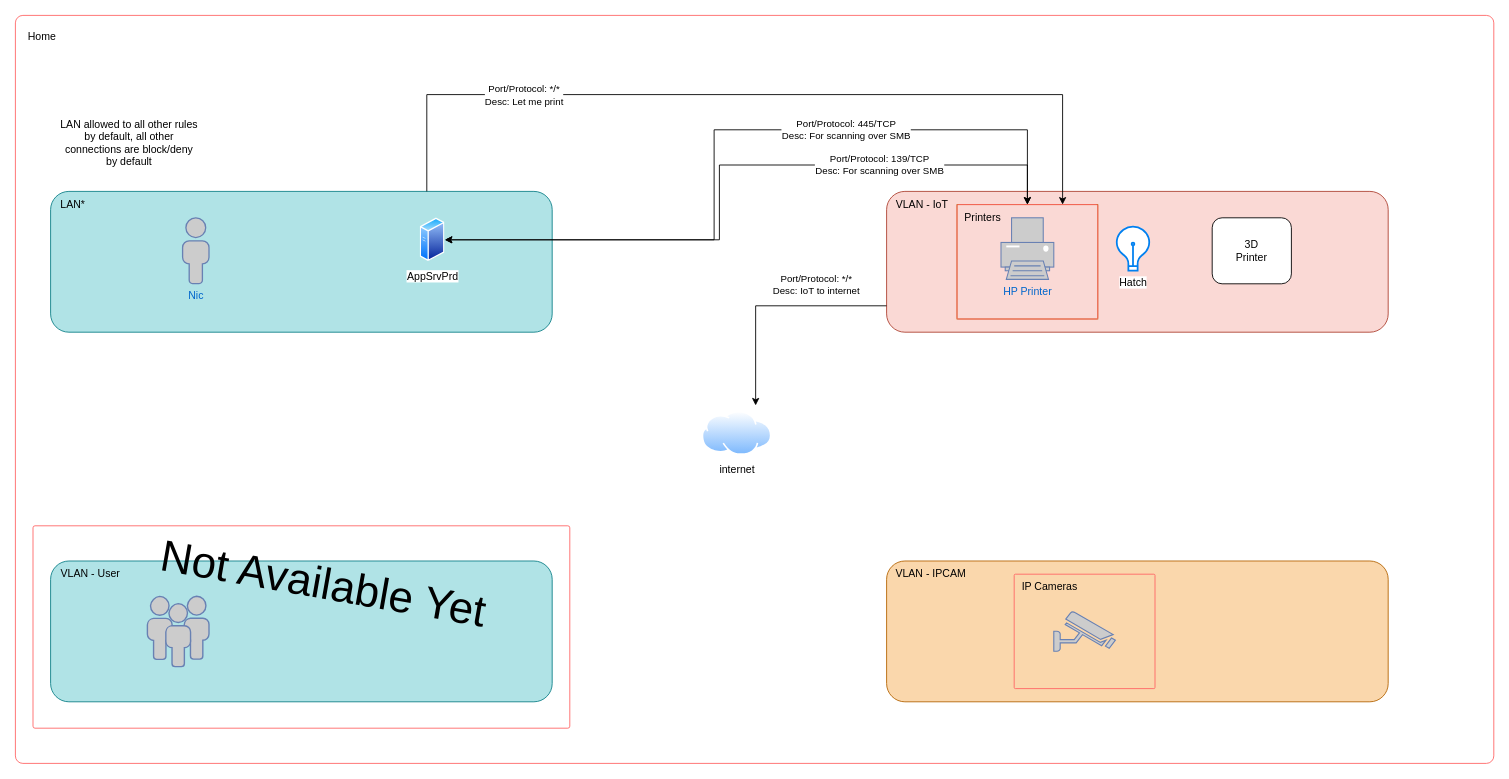
Before: page "Firewall" (1 of 2) of Home.drawio in pypeaday/homelab-diagrams, a draw.io diagram. Source tidied: cells renumbered, new cells numbered last; positions are measured from the earlier drawing's top-left corner, leaving out a move shared by most shapes. Both pictures are drawn from the tidied source at 88%, with x=0, y=0 at pixel (15, 15).
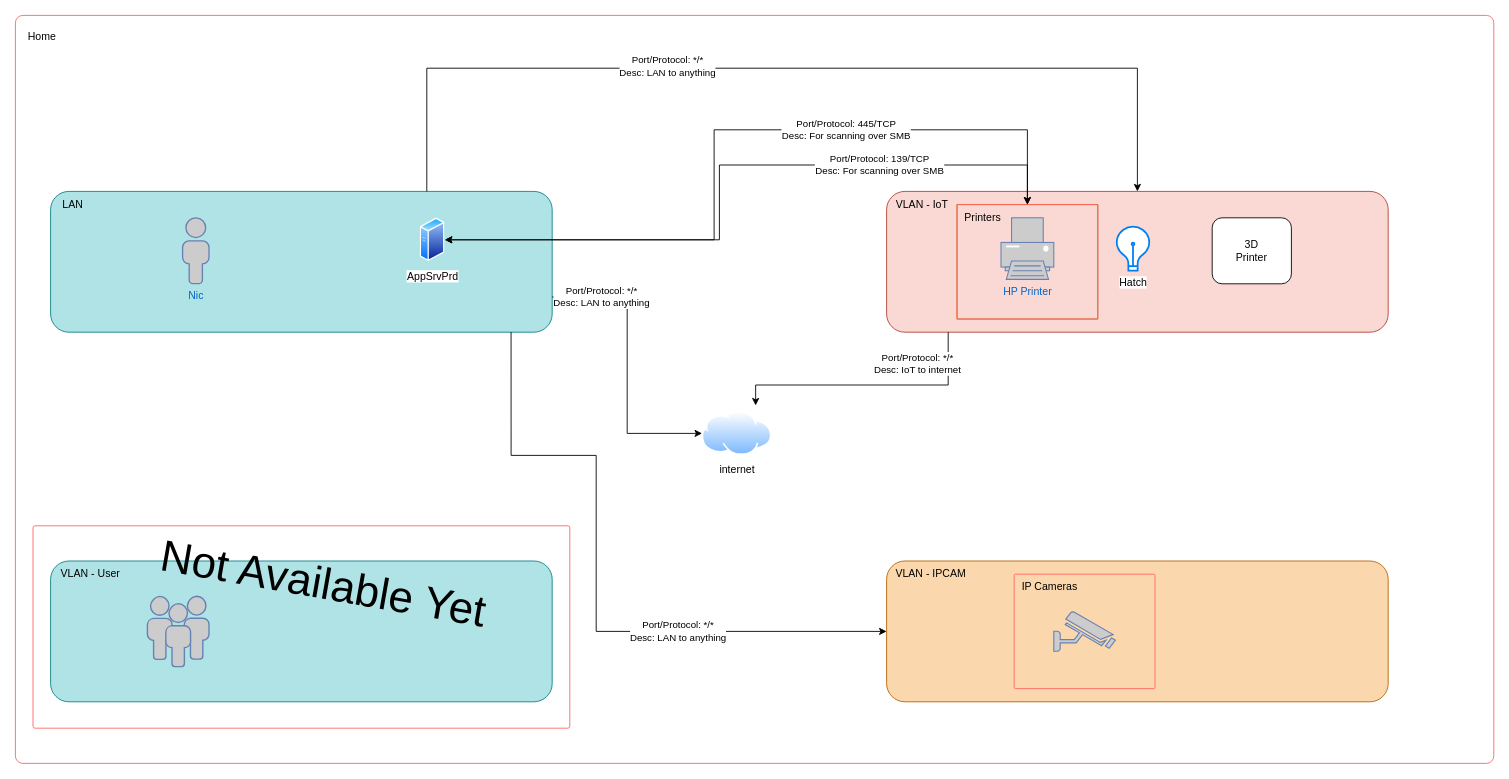
Above is the later version.

The change refers to these unchanged cells:
```xml
<mxCell id="2" style="group;fillColor=none;" parent="1" vertex="1">
  <mxGeometry width="1680" height="850" as="geometry" />
</mxCell>
<mxCell id="11" style="rounded=1;whiteSpace=wrap;html=1;fillColor=#fad9d5;strokeColor=#ae4132;arcSize=13;" parent="10" vertex="1">
  <mxGeometry width="570" height="160" as="geometry" />
</mxCell>
<mxCell id="17" style="rounded=1;whiteSpace=wrap;html=1;fillColor=none;arcSize=1;strokeColor=#FF6666;" parent="16" vertex="1">
  <mxGeometry width="160" height="130" as="geometry" />
</mxCell>
<mxCell id="20" style="rounded=1;whiteSpace=wrap;html=1;fillColor=#fad7ac;strokeColor=#b46504;arcSize=13;" parent="19" vertex="1">
  <mxGeometry width="570" height="160" as="geometry" />
</mxCell>
<mxCell id="25" style="group;" parent="1" vertex="1">
  <mxGeometry x="40" y="200" width="570" height="160" as="geometry" />
</mxCell>
<mxCell id="26" style="rounded=1;whiteSpace=wrap;html=1;fillColor=#b0e3e6;strokeColor=#0e8088;arcSize=13;" parent="25" vertex="1">
  <mxGeometry width="570" height="160" as="geometry" />
</mxCell>
<mxCell id="33" value="internet" style="image;perimeter=ellipsePerimeter;html=1;align=center;shadow=0;dashed=0;spacingTop=3;image=img/lib/active_directory/internet_cloud.svg;" parent="1" vertex="1">
  <mxGeometry x="780.3" y="450" width="79.4" height="50" as="geometry" />
</mxCell>
```

Change to the diagram source:
```diff
@@
-    <mxCell id="5" value="LAN allowed to all other rules by default, all other connections are block/deny by default" style="text;html=1;align=center;verticalAlign=middle;whiteSpace=wrap;rounded=0;" parent="2" vertex="1">
-      <mxGeometry x="49.7" y="110" width="159.1" height="70" as="geometry" />
-    </mxCell>
@@
-    <mxCell id="27" value="LAN*" style="text;html=1;align=center;verticalAlign=middle;strokeColor=none;fillColor=none;" parent="25" vertex="1">
+    <mxCell id="27" value="LAN" style="text;html=1;align=center;verticalAlign=middle;strokeColor=none;fillColor=none;" parent="25" vertex="1">
       <mxGeometry width="50" height="30" as="geometry" />
     </mxCell>
@@
     <mxCell id="34" style="edgeStyle=orthogonalEdgeStyle;rounded=0;jettySize=auto;html=1;entryX=0.767;entryY=-0.135;entryDx=0;entryDy=0;entryPerimeter=0;" parent="1" edge="1" source="11" target="33">
       <mxGeometry relative="1" as="geometry">
         <Array as="points">
-          <mxPoint x="841" y="330" />
+          <mxPoint x="1060" y="420" />
+          <mxPoint x="841" y="420" />
         </Array>
       </mxGeometry>
     </mxCell>
@@
-    <mxCell id="40" style="edgeStyle=orthogonalEdgeStyle;rounded=0;jettySize=auto;html=1;exitX=0.75;exitY=0;exitDx=0;exitDy=0;entryX=0.75;entryY=0;entryDx=0;entryDy=0;" parent="1" edge="1" source="26" target="17">
-      <mxGeometry relative="1" as="geometry">
-        <Array as="points">
-          <mxPoint x="468" y="90" />
-          <mxPoint x="1190" y="90" />
-        </Array>
-      </mxGeometry>
-    </mxCell>
-    <mxCell id="41" value="&lt;div&gt;Port/Protocol: */*&lt;/div&gt;&lt;div&gt;Desc: Let me print&lt;br&gt;&lt;/div&gt;" style="edgeLabel;html=1;align=center;verticalAlign=middle;" parent="40" vertex="1">
-      <mxGeometry x="-0.54" relative="1" as="geometry" />
-    </mxCell>
+    <mxCell id="42" style="edgeStyle=orthogonalEdgeStyle;rounded=0;jettySize=auto;html=1;exitX=1;exitY=0.75;exitDx=0;exitDy=0;entryX=0;entryY=0.5;entryDx=0;entryDy=0;" parent="1" edge="1" source="26" target="33">
+      <mxGeometry relative="1" as="geometry" />
+    </mxCell>
+    <mxCell id="43" value="&lt;div&gt;Port/Protocol: */*&lt;/div&gt;&lt;div&gt;Desc: LAN to anything&lt;br&gt;&lt;/div&gt;" style="edgeLabel;html=1;align=center;verticalAlign=middle;" parent="42" vertex="1">
+      <mxGeometry x="-0.66" y="1" relative="1" as="geometry" />
+    </mxCell>
+    <mxCell id="44" style="edgeStyle=orthogonalEdgeStyle;rounded=0;jettySize=auto;html=1;exitX=0.75;exitY=0;exitDx=0;exitDy=0;entryX=0.5;entryY=0;entryDx=0;entryDy=0;" parent="1" edge="1" source="26" target="11">
+      <mxGeometry relative="1" as="geometry">
+        <Array as="points">
+          <mxPoint x="468" y="60" />
+          <mxPoint x="1275" y="60" />
+        </Array>
+      </mxGeometry>
+    </mxCell>
+    <mxCell id="45" value="&lt;div&gt;Port/Protocol: */*&lt;/div&gt;&lt;div&gt;Desc: LAN to anything&lt;br&gt;&lt;/div&gt;" style="edgeLabel;html=1;align=center;verticalAlign=middle;" parent="44" vertex="1">
+      <mxGeometry x="-0.24" y="3" relative="1" as="geometry" />
+    </mxCell>
+    <mxCell id="46" style="edgeStyle=orthogonalEdgeStyle;rounded=0;jettySize=auto;html=1;exitX=0.918;exitY=0.999;exitDx=0;exitDy=0;entryX=0;entryY=0.5;entryDx=0;entryDy=0;exitPerimeter=0;" parent="1" edge="1" source="26" target="20">
+      <mxGeometry relative="1" as="geometry">
+        <Array as="points">
+          <mxPoint x="563" y="500" />
+          <mxPoint x="660" y="500" />
+          <mxPoint x="660" y="700" />
+        </Array>
+      </mxGeometry>
+    </mxCell>
+    <mxCell id="47" value="&lt;div&gt;Port/Protocol: */*&lt;/div&gt;&lt;div&gt;Desc: LAN to anything&lt;br&gt;&lt;/div&gt;" style="edgeLabel;html=1;align=center;verticalAlign=middle;" parent="46" vertex="1">
+      <mxGeometry x="0.38" y="1" relative="1" as="geometry" />
+    </mxCell>
```
